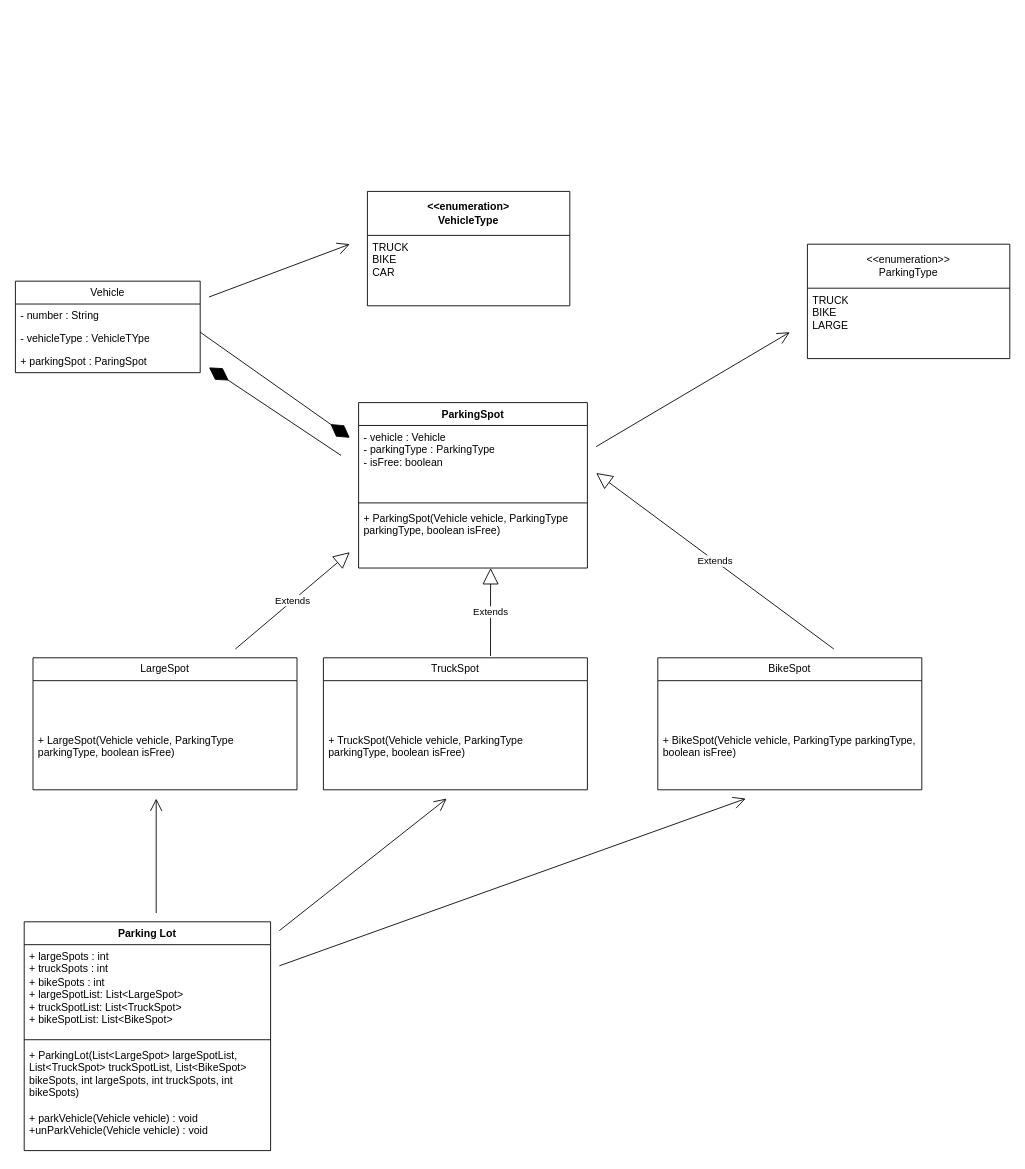
Varma2116/system-design keeps this draw.io diagram as parking.drawio. Above is the earlier version. Source tidied: cells renumbered, new cells numbered last; positions are measured from the earlier drawing's top-left corner, leaving out a move shared by most shapes. Both pictures are drawn from the tidied source at 88%, with x=0, y=0 at pixel (15, 191).
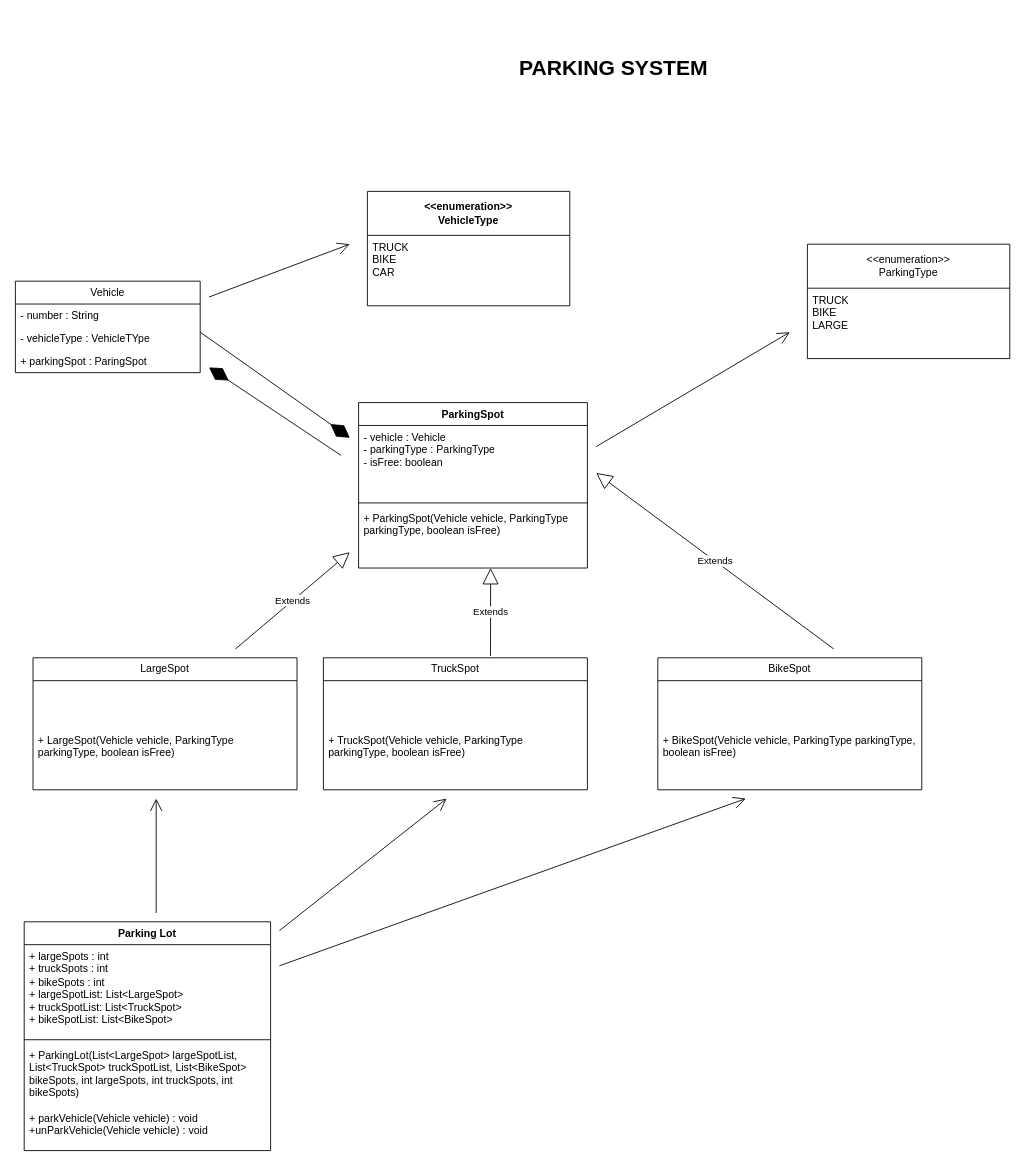
Above is the later version.

What changed in the source:
```diff
@@
-    <mxCell id="33" value="&lt;span style=&quot;font-weight: 700;&quot;&gt;&amp;lt;&amp;lt;enumeration&amp;gt;&lt;/span&gt;&lt;div style=&quot;font-weight: 700;&quot;&gt;VehicleType&lt;/div&gt;" style="swimlane;fontStyle=0;horizontal=1;startSize=50;fillColor=none;whiteSpace=wrap;html=1;" parent="1" vertex="1">
+    <mxCell id="33" value="&lt;span style=&quot;font-weight: 700;&quot;&gt;&amp;lt;&amp;lt;enumeration&amp;gt;&amp;gt;&lt;/span&gt;&lt;div style=&quot;font-weight: 700;&quot;&gt;VehicleType&lt;/div&gt;" style="swimlane;fontStyle=0;horizontal=1;startSize=50;fillColor=none;whiteSpace=wrap;html=1;" parent="1" vertex="1">
       <mxGeometry x="400" width="230" height="130" as="geometry" />
     </mxCell>
@@
+    <mxCell id="37" value="&lt;div&gt;&lt;b&gt;&lt;font style=&quot;font-size: 24px;&quot;&gt;PARKING SYSTEM&lt;/font&gt;&lt;/b&gt;&lt;/div&gt;" style="text;html=1;align=center;verticalAlign=middle;whiteSpace=wrap;rounded=0;" parent="1" vertex="1">
+      <mxGeometry x="410" y="-200" width="540" height="120" as="geometry" />
+    </mxCell>
```
